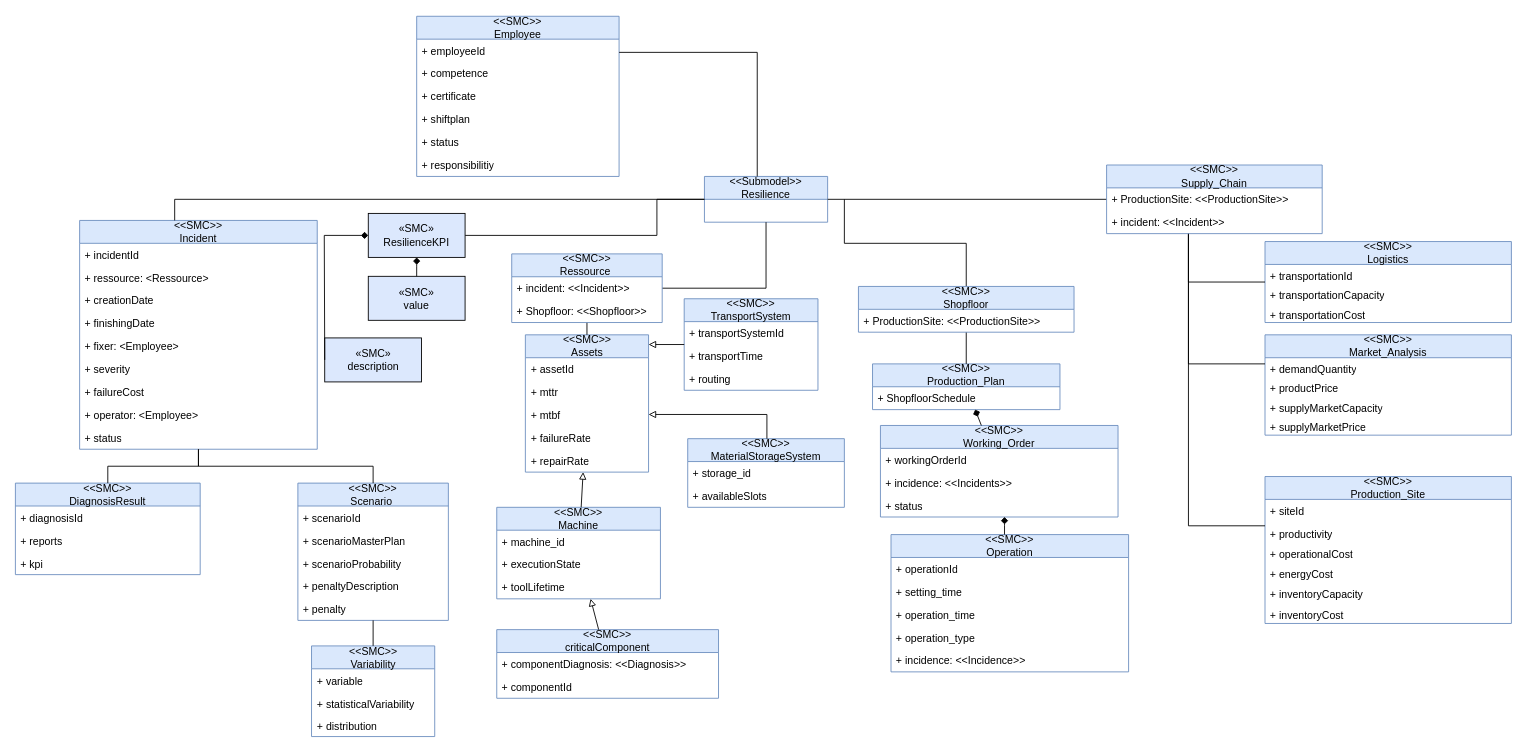
This is ResilienceDataModelUML.drawio from Gintoki-satoru/resilience-data-model, a draw.io file, before an edit. Source tidied: cells renumbered, new cells numbered last; positions are measured from the earlier drawing's top-left corner, leaving out a move shared by most shapes. Both pictures are drawn from the tidied source at 88%, with x=0, y=0 at pixel (15, 16).
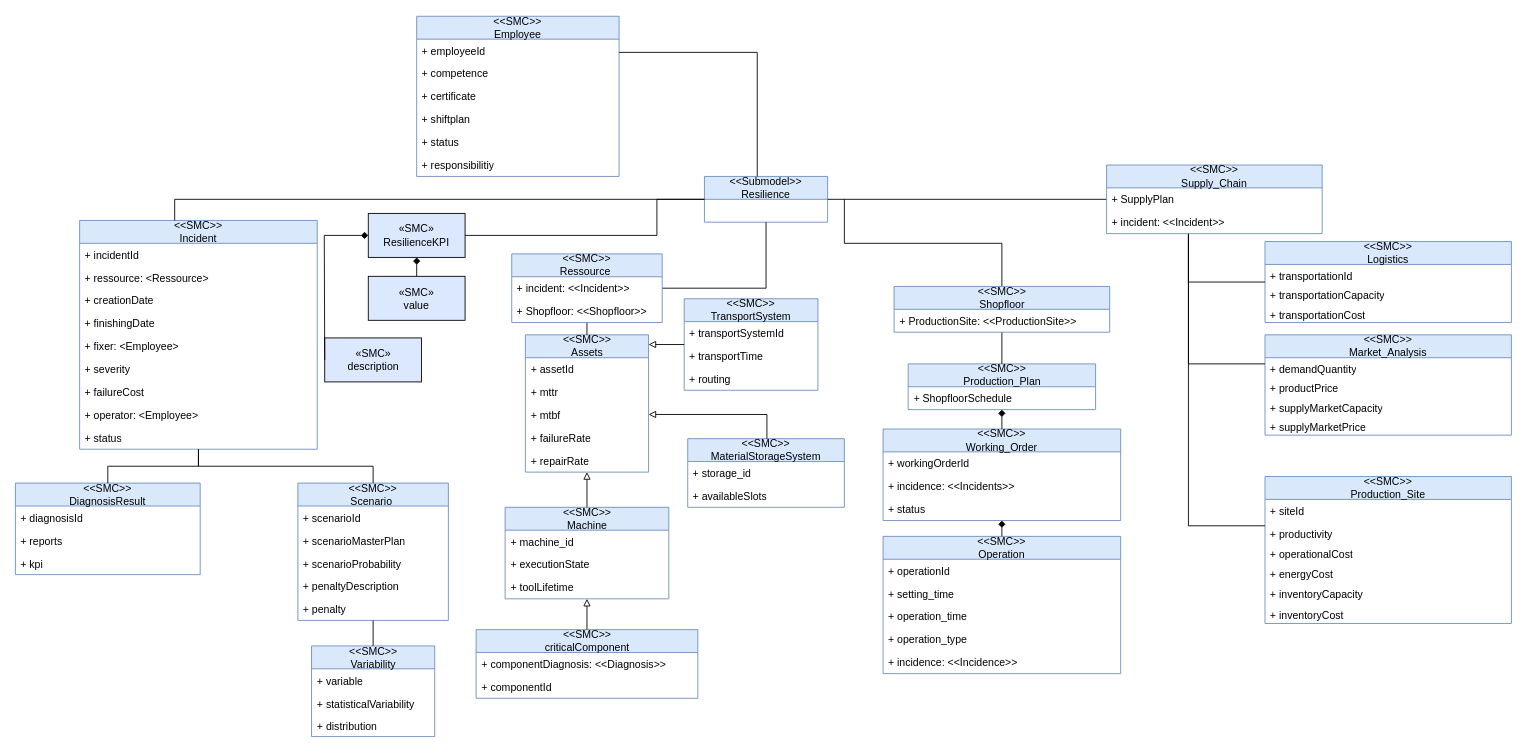
After the change.

Commit message:
Describe the changes you made

The change refers to these unchanged cells:
```xml
<mxCell id="112" value="&amp;lt;&amp;lt;SMC&amp;gt;&amp;gt;&lt;div&gt;Supply_Chain&lt;/div&gt;" style="swimlane;fontStyle=0;horizontal=1;startSize=26;fillColor=#dae8fc;whiteSpace=wrap;html=1;strokeColor=#6c8ebf;" parent="1" vertex="1">
  <mxGeometry x="1240" y="169" width="245" height="78" as="geometry" />
</mxCell>
```

Diff of the diagram source:
```diff
@@
     <mxCell id="2" value="&amp;lt;&amp;lt;SMC&amp;gt;&amp;gt;&lt;br&gt;Working_Order" style="swimlane;fontStyle=0;horizontal=1;startSize=26;fillColor=#dae8fc;whiteSpace=wrap;html=1;strokeColor=#6c8ebf;" parent="1" vertex="1">
-      <mxGeometry x="983" y="465" width="270" height="104" as="geometry" />
+      <mxGeometry x="986" y="469" width="270" height="104" as="geometry" />
     </mxCell>
@@
     <mxCell id="6" value="&amp;lt;&amp;lt;SMC&amp;gt;&amp;gt;&lt;br&gt;Production_Plan" style="swimlane;fontStyle=0;horizontal=1;startSize=26;fillColor=#dae8fc;whiteSpace=wrap;html=1;strokeColor=#6c8ebf;" parent="1" vertex="1">
-      <mxGeometry x="974" y="395" width="213" height="52" as="geometry" />
+      <mxGeometry x="1014.5" y="395" width="213" height="52" as="geometry" />
     </mxCell>
@@
     <mxCell id="18" value="&amp;lt;&amp;lt;SMC&amp;gt;&amp;gt;&lt;br&gt;Operation" style="swimlane;fontStyle=0;horizontal=1;startSize=26;fillColor=#dae8fc;whiteSpace=wrap;html=1;strokeColor=#6c8ebf;" parent="1" vertex="1">
-      <mxGeometry x="995" y="589" width="270" height="156" as="geometry" />
+      <mxGeometry x="986" y="591" width="270" height="156" as="geometry" />
     </mxCell>
@@
     <mxCell id="35" value="&amp;lt;&amp;lt;SMC&amp;gt;&amp;gt;&lt;br&gt;Machine" style="swimlane;fontStyle=0;horizontal=1;startSize=26;fillColor=#dae8fc;whiteSpace=wrap;html=1;strokeColor=#6c8ebf;" parent="1" vertex="1">
-      <mxGeometry x="547" y="558" width="186" height="104" as="geometry" />
+      <mxGeometry x="556.5" y="558" width="186" height="104" as="geometry" />
     </mxCell>
@@
     <mxCell id="106" value="&amp;lt;&amp;lt;SMC&amp;gt;&amp;gt;&lt;br&gt;criticalComponent" style="swimlane;fontStyle=0;horizontal=1;startSize=26;fillColor=#dae8fc;whiteSpace=wrap;html=1;strokeColor=#6c8ebf;" parent="1" vertex="1">
-      <mxGeometry x="547" y="697" width="252" height="78" as="geometry" />
+      <mxGeometry x="523.5" y="697" width="252" height="78" as="geometry" />
     </mxCell>
@@
     <mxCell id="110" value="&amp;lt;&amp;lt;SMC&amp;gt;&amp;gt;&lt;div&gt;Shopfloor&lt;/div&gt;" style="swimlane;fontStyle=0;horizontal=1;startSize=26;fillColor=#dae8fc;whiteSpace=wrap;html=1;strokeColor=#6c8ebf;" parent="1" vertex="1">
-      <mxGeometry x="958" y="307" width="245" height="52" as="geometry" />
+      <mxGeometry x="998.5" y="307" width="245" height="52" as="geometry" />
     </mxCell>
@@
-    <mxCell id="113" value="+ ProductionSite: &amp;lt;&amp;lt;ProductionSite&amp;gt;&amp;gt;" style="text;strokeColor=none;fillColor=none;align=left;verticalAlign=top;spacingLeft=4;spacingRight=4;overflow=hidden;whiteSpace=wrap;html=1;" parent="112" vertex="1">
+    <mxCell id="113" value="+ SupplyPlan" style="text;strokeColor=none;fillColor=none;align=left;verticalAlign=top;spacingLeft=4;spacingRight=4;overflow=hidden;whiteSpace=wrap;html=1;" parent="112" vertex="1">
       <mxGeometry y="26" width="245" height="26" as="geometry" />
     </mxCell>
```
